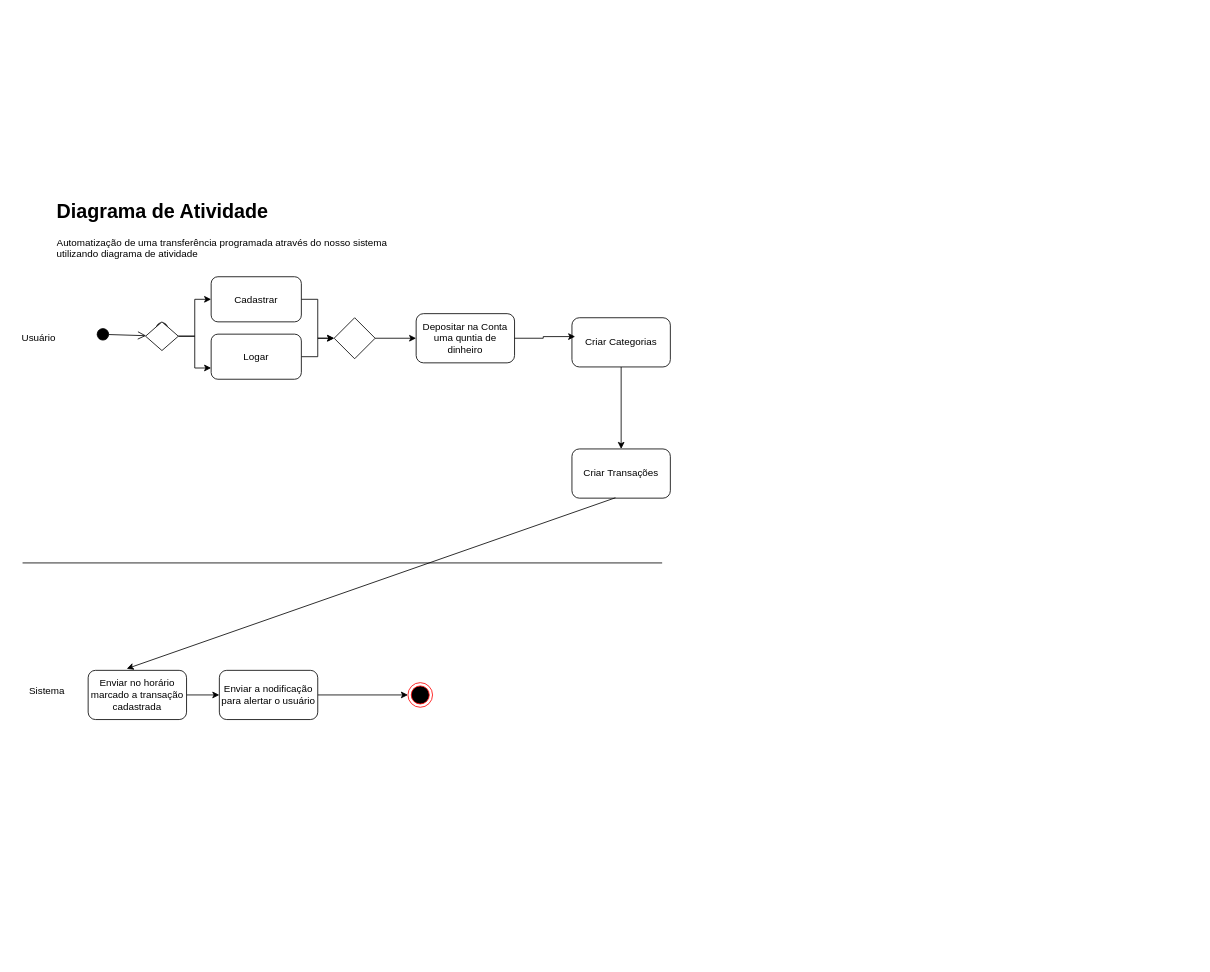
brunanoroes/Trabalho-eng-soft keeps this draw.io diagram as page "Diagrama de Atividades" (5 of 5) of TrabalhoEngenhariaSoftware.drawio. Above is the earlier version. Source tidied: cells renumbered, new cells numbered last; positions are measured from the earlier drawing's top-left corner, leaving out a move shared by most shapes. Both pictures are drawn from the tidied source at 82%, with x=0, y=0 at pixel (14, 194).
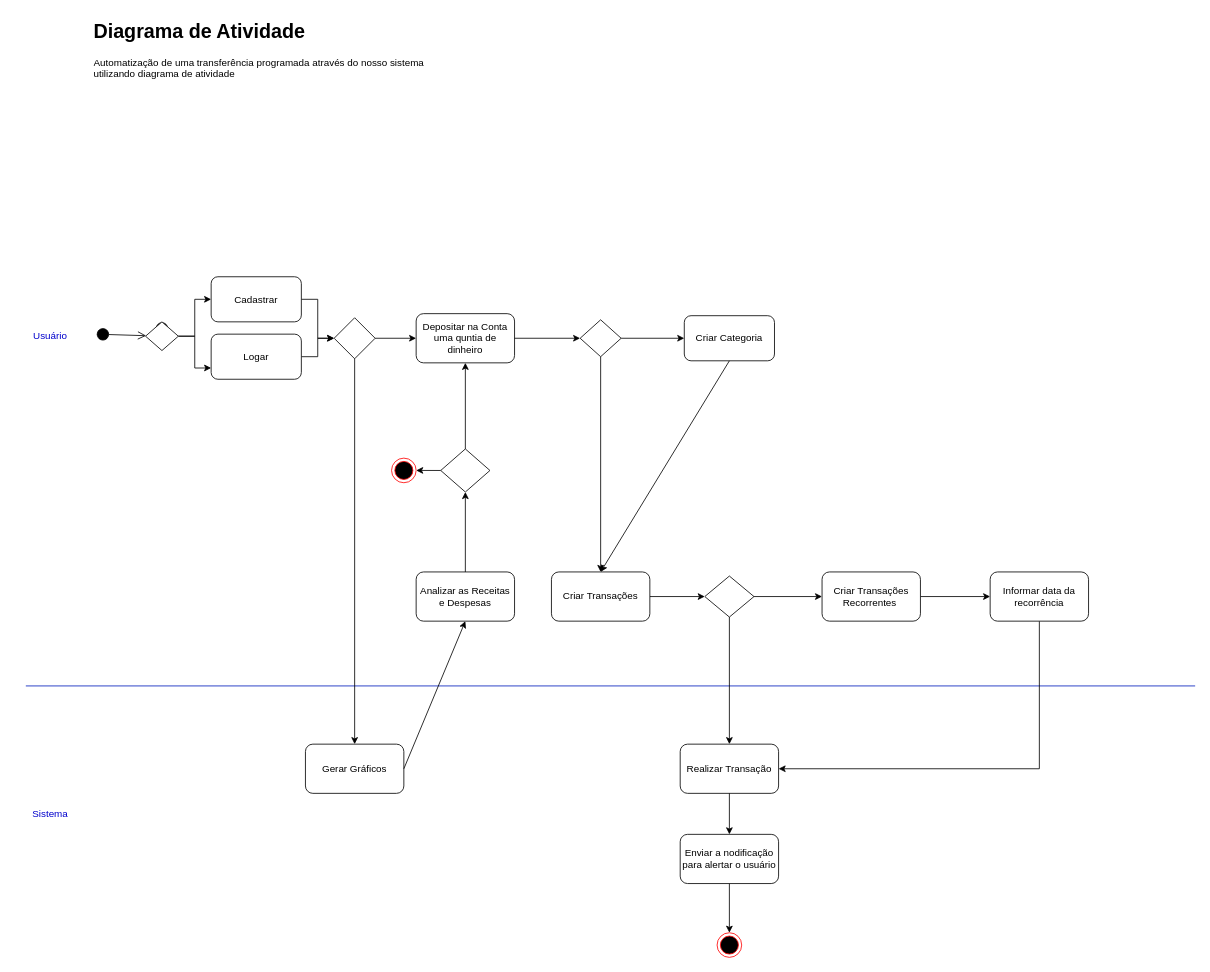
Above is the later version.

The change refers to these unchanged cells:
```xml
<mxCell id="17" style="rhombus;whiteSpace=wrap;html=1;" parent="1" vertex="1">
  <mxGeometry x="390" y="150" width="50" height="50" as="geometry" />
</mxCell>
<mxCell id="22" value="Depositar na Conta uma quntia de dinheiro" style="rounded=1;whiteSpace=wrap;html=1;" parent="1" vertex="1">
  <mxGeometry x="490" y="145" width="120" height="60" as="geometry" />
</mxCell>
```

Change to the diagram source:
```diff
@@
     <mxCell id="2" style="ellipse;html=1;shape=endState;fillColor=#000000;strokeColor=#ff0000;" parent="1" vertex="1">
-      <mxGeometry x="480" y="595" width="30" height="30" as="geometry" />
+      <mxGeometry x="857" y="900" width="30" height="30" as="geometry" />
     </mxCell>
@@
     <mxCell id="4" value="&lt;h1 style=&quot;margin-top: 0px;&quot;&gt;Diagrama de Atividade&lt;/h1&gt;&lt;p&gt;Automatização de uma transferência programada através do nosso sistema utilizando diagrama de atividade&lt;/p&gt;" style="text;html=1;whiteSpace=wrap;overflow=hidden;rounded=0;" parent="1" vertex="1">
-      <mxGeometry x="50" width="420" height="120" as="geometry" />
+      <mxGeometry x="95" y="-220" width="420" height="120" as="geometry" />
     </mxCell>
-    <mxCell id="5" style="line;strokeWidth=1;fillColor=none;align=left;verticalAlign=middle;spacingTop=-1;spacingLeft=3;spacingRight=3;labelPosition=right;strokeColor=inherit;" parent="1" vertex="1">
-      <mxGeometry x="10" y="440" width="780" height="18" as="geometry" />
+    <mxCell id="5" style="line;strokeWidth=1;fillColor=#0050ef;align=left;verticalAlign=middle;spacingTop=-1;spacingLeft=3;spacingRight=3;labelPosition=right;strokeColor=#001DBC;fontColor=#ffffff;" parent="1" vertex="1">
+      <mxGeometry x="14" y="590" width="1426" height="18" as="geometry" />
     </mxCell>
-    <mxCell id="6" value="Usuário" style="text;html=1;align=center;verticalAlign=middle;whiteSpace=wrap;rounded=0;" parent="1" vertex="1">
-      <mxGeometry y="160" width="60" height="30" as="geometry" />
-    </mxCell>
-    <mxCell id="7" value="Sistema" style="text;html=1;align=center;verticalAlign=middle;whiteSpace=wrap;rounded=0;" parent="1" vertex="1">
-      <mxGeometry x="10" y="590" width="60" height="30" as="geometry" />
+    <mxCell id="7" value="Sistema" style="text;html=1;align=center;verticalAlign=middle;whiteSpace=wrap;rounded=0;fontColor=#0000CC;" parent="1" vertex="1">
+      <mxGeometry x="14" y="740" width="60" height="30" as="geometry" />
     </mxCell>
@@
-    <mxCell id="18" style="edgeStyle=orthogonalEdgeStyle;rounded=0;jettySize=auto;html=1;" parent="1" edge="1" source="19" target="20">
-      <mxGeometry relative="1" as="geometry" />
-    </mxCell>
-    <mxCell id="19" value="Criar Categorias" style="rounded=1;whiteSpace=wrap;html=1;" parent="1" vertex="1">
-      <mxGeometry x="680" y="150" width="120" height="60" as="geometry" />
-    </mxCell>
+    <mxCell id="28" style="edgeStyle=orthogonalEdgeStyle;rounded=0;jettySize=auto;html=1;" parent="1" edge="1" source="20" target="38">
+      <mxGeometry relative="1" as="geometry" />
+    </mxCell>
     <mxCell id="20" value="Criar Transações" style="rounded=1;whiteSpace=wrap;html=1;" parent="1" vertex="1">
-      <mxGeometry x="680" y="310" width="120" height="60" as="geometry" />
+      <mxGeometry x="655" y="460" width="120" height="60" as="geometry" />
     </mxCell>
-    <mxCell id="21" style="endArrow=classic;html=1;rounded=0;exitX=0.442;exitY=0.992;exitDx=0;exitDy=0;exitPerimeter=0;entryX=0.392;entryY=-0.033;entryDx=0;entryDy=0;entryPerimeter=0;" parent="1" edge="1" source="20" target="25">
-      <mxGeometry relative="1" as="geometry" />
-    </mxCell>
@@
-    <mxCell id="23" style="edgeStyle=orthogonalEdgeStyle;rounded=0;jettySize=auto;html=1;entryX=0.033;entryY=0.383;entryDx=0;entryDy=0;entryPerimeter=0;" parent="1" edge="1" source="22" target="19">
-      <mxGeometry relative="1" as="geometry" />
-    </mxCell>
-    <mxCell id="24" style="edgeStyle=orthogonalEdgeStyle;rounded=0;jettySize=auto;html=1;" parent="1" edge="1" source="25" target="27">
-      <mxGeometry relative="1" as="geometry" />
-    </mxCell>
+    <mxCell id="29" style="edgeStyle=orthogonalEdgeStyle;rounded=0;jettySize=auto;html=1;entryX=1;entryY=0.5;entryDx=0;entryDy=0;exitX=0.5;exitY=1;exitDx=0;exitDy=0;" parent="1" edge="1" source="25" target="39">
+      <mxGeometry relative="1" as="geometry" />
+    </mxCell>
-    <mxCell id="25" value="Enviar no horário marcado a transação cadastrada" style="rounded=1;whiteSpace=wrap;html=1;" parent="1" vertex="1">
-      <mxGeometry x="90" y="580" width="120" height="60" as="geometry" />
+    <mxCell id="25" value="Informar data da recorrência" style="rounded=1;whiteSpace=wrap;html=1;" parent="1" vertex="1">
+      <mxGeometry x="1190" y="460" width="120" height="60" as="geometry" />
     </mxCell>
@@
     <mxCell id="27" value="Enviar a nodificação para alertar o usuário" style="rounded=1;whiteSpace=wrap;html=1;" parent="1" vertex="1">
-      <mxGeometry x="250" y="580" width="120" height="60" as="geometry" />
+      <mxGeometry x="812" y="780" width="120" height="60" as="geometry" />
     </mxCell>
+    <mxCell id="30" value="Criar Categoria" style="rounded=1;whiteSpace=wrap;html=1;" parent="1" vertex="1">
+      <mxGeometry x="817" y="147.5" width="110" height="55" as="geometry" />
+    </mxCell>
+    <mxCell id="31" style="rhombus;whiteSpace=wrap;html=1;" parent="1" vertex="1">
+      <mxGeometry x="690" y="152.5" width="50" height="45" as="geometry" />
+    </mxCell>
+    <mxCell id="32" style="endArrow=classic;html=1;rounded=0;exitX=1;exitY=0.5;exitDx=0;exitDy=0;" parent="1" edge="1" source="22" target="31">
+      <mxGeometry relative="1" as="geometry" />
+    </mxCell>
+    <mxCell id="33" style="endArrow=classic;html=1;rounded=0;exitX=0.5;exitY=1;exitDx=0;exitDy=0;entryX=0.5;entryY=0;entryDx=0;entryDy=0;" parent="1" edge="1" source="31" target="20">
+      <mxGeometry relative="1" as="geometry" />
+    </mxCell>
+    <mxCell id="34" style="endArrow=classic;html=1;rounded=0;exitX=1;exitY=0.5;exitDx=0;exitDy=0;entryX=0;entryY=0.5;entryDx=0;entryDy=0;" parent="1" edge="1" source="31" target="30">
+      <mxGeometry relative="1" as="geometry" />
+    </mxCell>
+    <mxCell id="35" style="edgeStyle=orthogonalEdgeStyle;rounded=0;jettySize=auto;html=1;" parent="1" edge="1" source="36" target="25">
+      <mxGeometry relative="1" as="geometry" />
+    </mxCell>
+    <mxCell id="36" value="Criar Transações Recorrentes&amp;nbsp;" style="rounded=1;whiteSpace=wrap;html=1;" parent="1" vertex="1">
+      <mxGeometry x="985" y="460" width="120" height="60" as="geometry" />
+    </mxCell>
+    <mxCell id="37" style="edgeStyle=orthogonalEdgeStyle;rounded=0;jettySize=auto;html=1;" parent="1" edge="1" source="38" target="36">
+      <mxGeometry relative="1" as="geometry" />
+    </mxCell>
+    <mxCell id="38" style="rhombus;whiteSpace=wrap;html=1;" parent="1" vertex="1">
+      <mxGeometry x="842" y="465" width="60" height="50" as="geometry" />
+    </mxCell>
+    <mxCell id="39" value="Realizar Transação" style="rounded=1;whiteSpace=wrap;html=1;" parent="1" vertex="1">
+      <mxGeometry x="812" y="670" width="120" height="60" as="geometry" />
+    </mxCell>
+    <mxCell id="40" style="endArrow=classic;html=1;rounded=0;exitX=0.5;exitY=1;exitDx=0;exitDy=0;entryX=0.5;entryY=0;entryDx=0;entryDy=0;" parent="1" edge="1" source="38" target="39">
+      <mxGeometry relative="1" as="geometry" />
+    </mxCell>
+    <mxCell id="41" style="endArrow=classic;html=1;rounded=0;entryX=0.5;entryY=0;entryDx=0;entryDy=0;exitX=0.5;exitY=1;exitDx=0;exitDy=0;" parent="1" edge="1" source="39" target="27">
+      <mxGeometry relative="1" as="geometry" />
+    </mxCell>
+    <mxCell id="42" value="Analizar as Receitas e Despesas" style="rounded=1;whiteSpace=wrap;html=1;" parent="1" vertex="1">
+      <mxGeometry x="490" y="460" width="120" height="60" as="geometry" />
+    </mxCell>
+    <mxCell id="43" style="rhombus;whiteSpace=wrap;html=1;" parent="1" vertex="1">
+      <mxGeometry x="520" y="310" width="60" height="52.5" as="geometry" />
+    </mxCell>
+    <mxCell id="44" style="endArrow=classic;html=1;rounded=0;exitX=0.5;exitY=0;exitDx=0;exitDy=0;" parent="1" edge="1" source="42" target="43">
+      <mxGeometry relative="1" as="geometry" />
+    </mxCell>
+    <mxCell id="45" style="endArrow=classic;html=1;rounded=0;exitX=0.5;exitY=0;exitDx=0;exitDy=0;entryX=0.5;entryY=1;entryDx=0;entryDy=0;" parent="1" edge="1" source="43" target="22">
+      <mxGeometry relative="1" as="geometry" />
+    </mxCell>
+    <mxCell id="46" style="ellipse;html=1;shape=endState;fillColor=#000000;strokeColor=#ff0000;" parent="1" vertex="1">
+      <mxGeometry x="460" y="321.2" width="30" height="30" as="geometry" />
+    </mxCell>
+    <mxCell id="47" style="endArrow=classic;html=1;rounded=0;exitX=0;exitY=0.5;exitDx=0;exitDy=0;entryX=1;entryY=0.5;entryDx=0;entryDy=0;" parent="1" edge="1" source="43" target="46">
+      <mxGeometry relative="1" as="geometry" />
+    </mxCell>
+    <mxCell id="48" style="edgeStyle=none;jettySize=auto;html=1;rounded=0;exitX=0.5;exitY=1;exitDx=0;exitDy=0;entryX=0.5;entryY=0;entryDx=0;entryDy=0;" parent="1" edge="1" source="17" target="49">
+      <mxGeometry relative="1" as="geometry" />
+    </mxCell>
+    <mxCell id="6" value="Usuário" style="text;html=1;align=center;verticalAlign=middle;whiteSpace=wrap;rounded=0;fontColor=#0000CC;" parent="1" vertex="1">
+      <mxGeometry x="14" y="157.5" width="60" height="30" as="geometry" />
+    </mxCell>
+    <mxCell id="49" value="Gerar Gráficos" style="rounded=1;whiteSpace=wrap;html=1;" parent="1" vertex="1">
+      <mxGeometry x="355" y="670" width="120" height="60" as="geometry" />
+    </mxCell>
+    <mxCell id="50" style="endArrow=classic;html=1;rounded=0;exitX=1;exitY=0.5;exitDx=0;exitDy=0;entryX=0.5;entryY=1;entryDx=0;entryDy=0;" parent="1" edge="1" source="49" target="42">
+      <mxGeometry relative="1" as="geometry" />
+    </mxCell>
+    <mxCell id="51" style="endArrow=classic;html=1;rounded=0;exitX=0.5;exitY=1;exitDx=0;exitDy=0;entryX=0.5;entryY=0;entryDx=0;entryDy=0;" parent="1" edge="1" source="30" target="20">
+      <mxGeometry relative="1" as="geometry" />
+    </mxCell>
```
